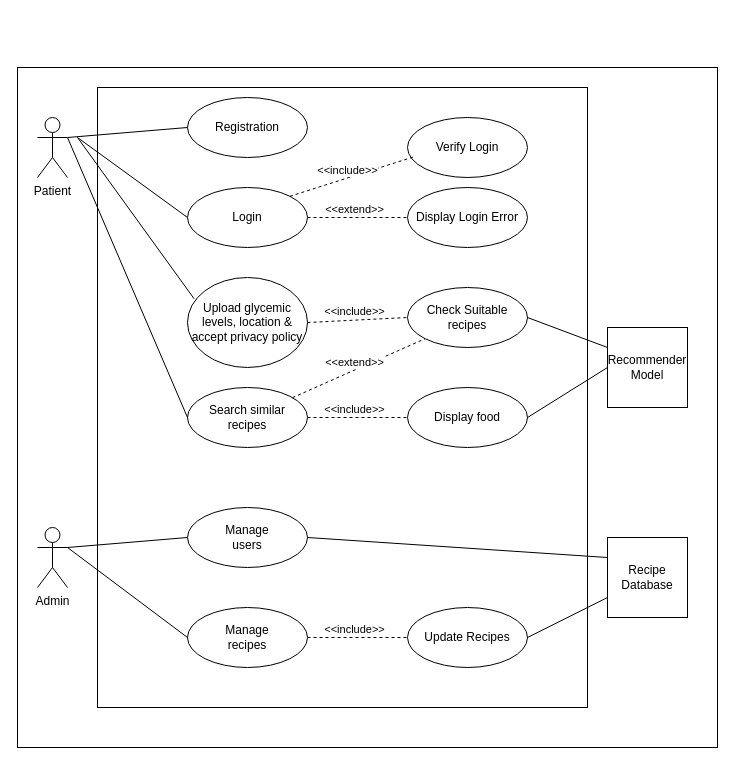
MutonyiLewis/DiabetesRecipes keeps this draw.io diagram as UseCase.drawio. Above is the earlier version. Source tidied: cells renumbered, new cells numbered last; positions are measured from the earlier drawing's top-left corner, leaving out a move shared by most shapes. Both pictures are drawn from the tidied source at 100%, with x=0, y=0 at pixel (17, 67).
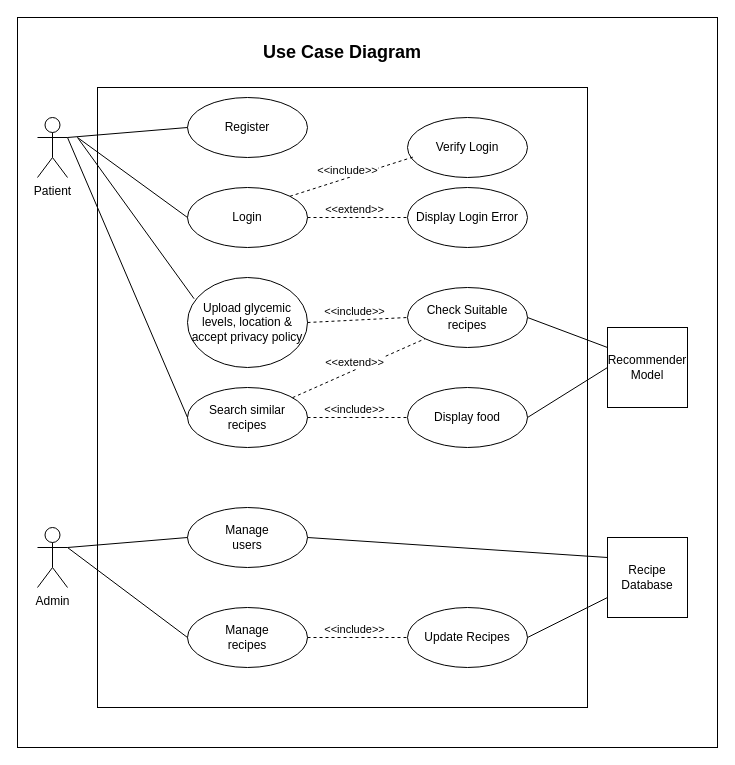
The same diagram, later.

Change to the diagram source:
```diff
@@
     <mxCell id="2" style="rounded=0;whiteSpace=wrap;html=1;" parent="1" vertex="1">
-      <mxGeometry width="700" height="680" as="geometry" />
+      <mxGeometry y="-50" width="700" height="730" as="geometry" />
     </mxCell>
@@
-    <mxCell id="5" value="Registration" style="ellipse;whiteSpace=wrap;html=1;" parent="1" vertex="1">
+    <mxCell id="5" value="Register" style="ellipse;whiteSpace=wrap;html=1;" parent="1" vertex="1">
       <mxGeometry x="170" y="30" width="120" height="60" as="geometry" />
     </mxCell>
@@
+    <mxCell id="41" value="&lt;font style=&quot;font-size: 18px;&quot;&gt;&lt;b&gt;Use Case Diagram&lt;/b&gt;&lt;/font&gt;" style="text;html=1;strokeColor=none;fillColor=none;align=center;verticalAlign=middle;whiteSpace=wrap;rounded=0;" parent="1" vertex="1">
+      <mxGeometry x="235" y="-30" width="180" height="30" as="geometry" />
+    </mxCell>
```
